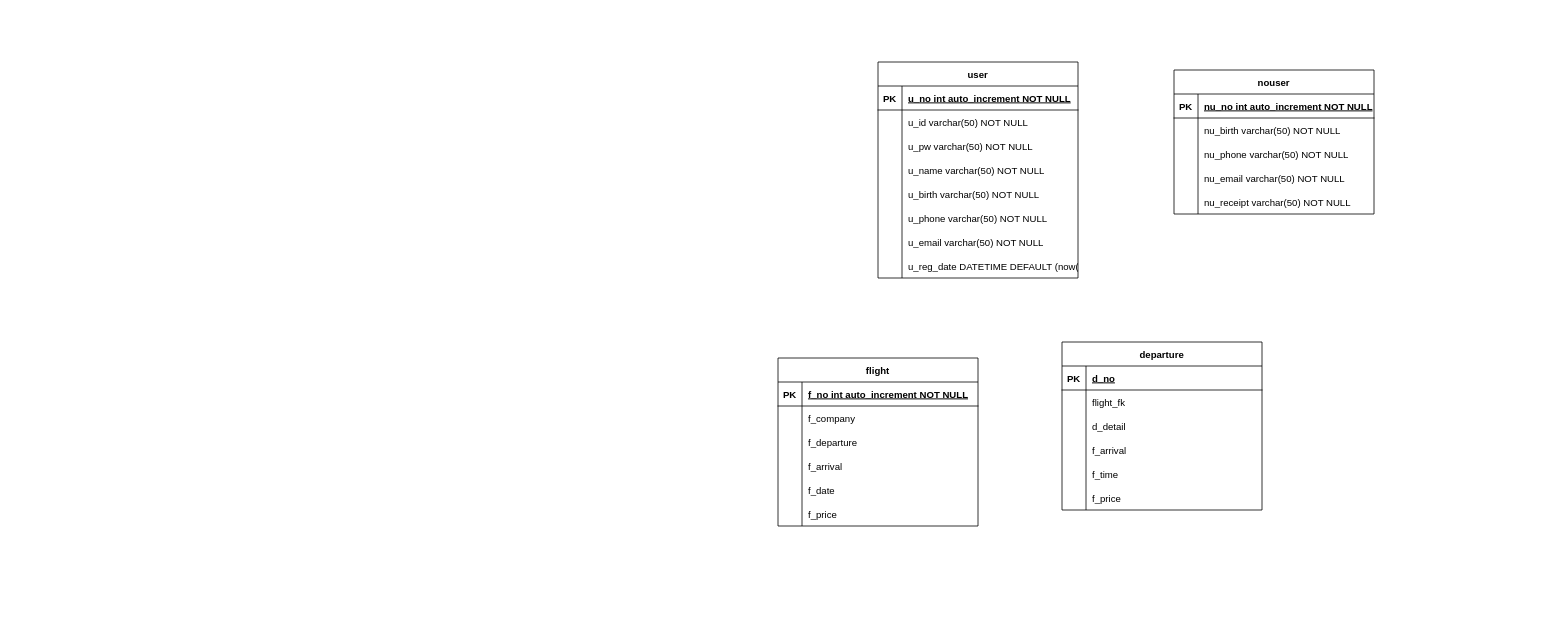
Above: 여행사데이터.drawio in pjw0808/portfolio (draw.io), before the change. Source tidied: cells renumbered, new cells numbered last; positions are measured from the earlier drawing's top-left corner, leaving out a move shared by most shapes. Both pictures are drawn from the tidied source at 80%, with x=0, y=0 at pixel (778, 62).
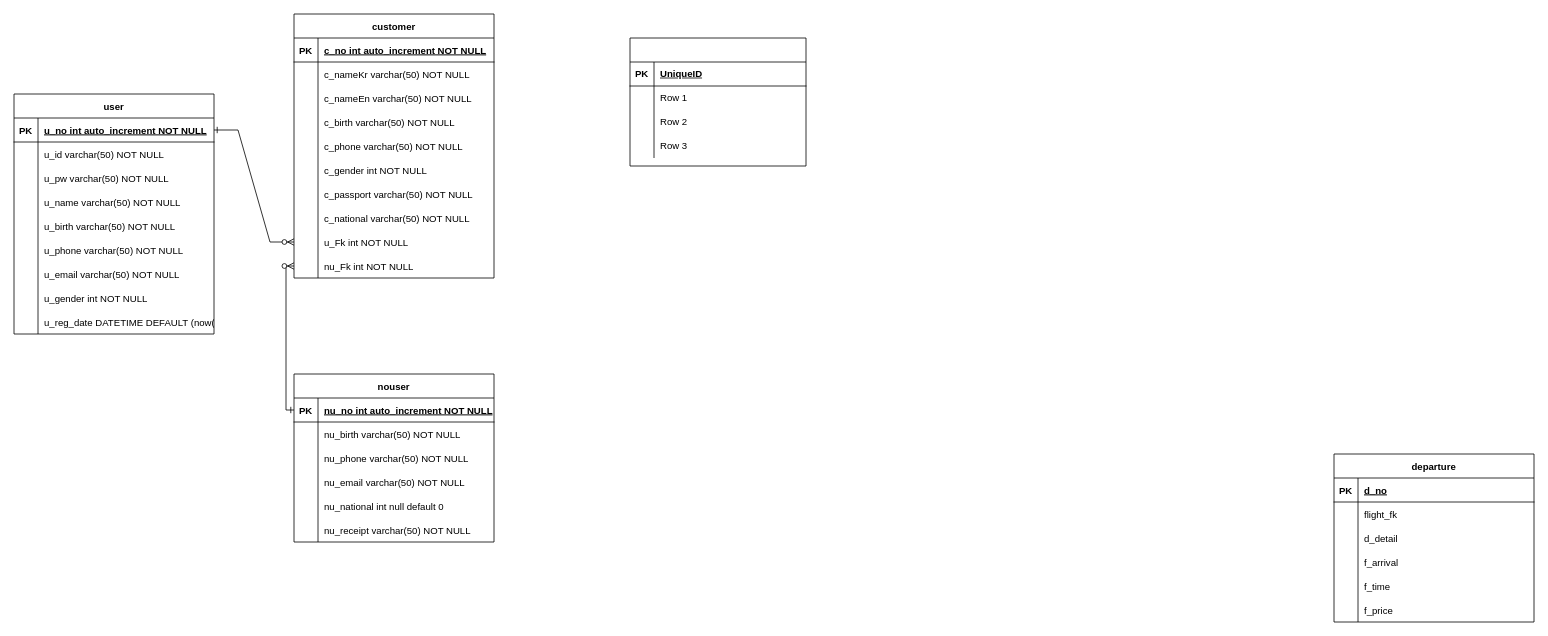
The same page after the edit.

Commit message:
여행사데이터.drawio 업데이트

Unchanged cells that the change refers to:
```xml
<mxCell id="3" style="shape=partialRectangle;fillColor=none;top=0;left=0;right=0;bottom=1;" parent="2" vertex="1">
  <mxGeometry y="30" width="250" height="30" as="geometry" />
</mxCell>
<mxCell id="6" style="shape=partialRectangle;fillColor=none;top=0;left=0;right=0;bottom=0;" parent="2" vertex="1">
  <mxGeometry y="60" width="250" height="30" as="geometry" />
</mxCell>
<mxCell id="9" style="shape=partialRectangle;fillColor=none;top=0;left=0;right=0;bottom=0;" parent="2" vertex="1">
  <mxGeometry y="90" width="250" height="30" as="geometry" />
</mxCell>
<mxCell id="12" style="shape=partialRectangle;fillColor=none;top=0;left=0;right=0;bottom=0;" parent="2" vertex="1">
  <mxGeometry y="120" width="250" height="30" as="geometry" />
</mxCell>
<mxCell id="15" style="shape=partialRectangle;fillColor=none;top=0;left=0;right=0;bottom=0;" parent="2" vertex="1">
  <mxGeometry y="150" width="250" height="30" as="geometry" />
</mxCell>
<mxCell id="18" style="shape=partialRectangle;fillColor=none;top=0;left=0;right=0;bottom=0;" parent="2" vertex="1">
  <mxGeometry y="180" width="250" height="30" as="geometry" />
</mxCell>
<mxCell id="22" style="shape=partialRectangle;fillColor=none;points=[[0,0.5],[1,0.5]];portConstraint=eastwest;top=0;left=0;right=0;bottom=1;" parent="21" vertex="1">
  <mxGeometry y="30" width="250" height="30" as="geometry" />
</mxCell>
<mxCell id="38" style="shape=partialRectangle;fillColor=none;points=[[0,0.5],[1,0.5]];portConstraint=eastwest;top=0;left=0;right=0;bottom=1;" parent="37" vertex="1">
  <mxGeometry y="30" width="250" height="30" as="geometry" />
</mxCell>
```

The edit, as a diff of the source:
```diff
@@
-    <mxCell id="2" value="flight" style="shape=table;startSize=30;childLayout=tableLayout;rowLines=0;fontStyle=1;align=center;" parent="1" vertex="1">
-      <mxGeometry y="370" width="250" height="210" as="geometry" />
+    <mxCell id="2" value="customer" style="shape=table;startSize=30;childLayout=tableLayout;rowLines=0;fontStyle=1;align=center;" parent="1" vertex="1">
+      <mxGeometry x="-605" y="-60" width="250" height="330" as="geometry" />
     </mxCell>
@@
-    <mxCell id="5" value="f_no int auto_increment NOT NULL" style="shape=partialRectangle;overflow=hidden;fillColor=none;top=0;left=0;bottom=0;right=0;align=left;spacingLeft=6;fontStyle=5;" parent="3" vertex="1">
+    <mxCell id="5" value="c_no int auto_increment NOT NULL" style="shape=partialRectangle;overflow=hidden;fillColor=none;top=0;left=0;bottom=0;right=0;align=left;spacingLeft=6;fontStyle=5;" parent="3" vertex="1">
       <mxGeometry x="30" width="220" height="30" as="geometry" />
     </mxCell>
@@
-    <mxCell id="8" value="f_company" style="shape=partialRectangle;overflow=hidden;fillColor=none;top=0;left=0;bottom=0;right=0;align=left;spacingLeft=6;" parent="6" vertex="1">
+    <mxCell id="8" value="c_nameKr varchar(50) NOT NULL" style="shape=partialRectangle;overflow=hidden;fillColor=none;top=0;left=0;bottom=0;right=0;align=left;spacingLeft=6;" parent="6" vertex="1">
       <mxGeometry x="30" width="220" height="30" as="geometry" />
     </mxCell>
@@
-    <mxCell id="11" value="f_departure" style="shape=partialRectangle;overflow=hidden;fillColor=none;top=0;left=0;bottom=0;right=0;align=left;spacingLeft=6;" parent="9" vertex="1">
+    <mxCell id="11" value="c_nameEn varchar(50) NOT NULL" style="shape=partialRectangle;overflow=hidden;fillColor=none;top=0;left=0;bottom=0;right=0;align=left;spacingLeft=6;" parent="9" vertex="1">
       <mxGeometry x="30" width="220" height="30" as="geometry" />
     </mxCell>
@@
-    <mxCell id="14" value="f_arrival" style="shape=partialRectangle;overflow=hidden;fillColor=none;top=0;left=0;bottom=0;right=0;align=left;spacingLeft=6;" parent="12" vertex="1">
+    <mxCell id="14" value="c_birth varchar(50) NOT NULL" style="shape=partialRectangle;overflow=hidden;fillColor=none;top=0;left=0;bottom=0;right=0;align=left;spacingLeft=6;" parent="12" vertex="1">
       <mxGeometry x="30" width="220" height="30" as="geometry" />
     </mxCell>
@@
-    <mxCell id="17" value="f_date" style="shape=partialRectangle;overflow=hidden;fillColor=none;top=0;left=0;bottom=0;right=0;align=left;spacingLeft=6;" parent="15" vertex="1">
+    <mxCell id="17" value="c_phone varchar(50) NOT NULL" style="shape=partialRectangle;overflow=hidden;fillColor=none;top=0;left=0;bottom=0;right=0;align=left;spacingLeft=6;" parent="15" vertex="1">
       <mxGeometry x="30" width="220" height="30" as="geometry" />
     </mxCell>
@@
-    <mxCell id="20" value="f_price" style="shape=partialRectangle;overflow=hidden;fillColor=none;top=0;left=0;bottom=0;right=0;align=left;spacingLeft=6;" parent="18" vertex="1">
+    <mxCell id="20" value="c_gender int NOT NULL" style="shape=partialRectangle;overflow=hidden;fillColor=none;top=0;left=0;bottom=0;right=0;align=left;spacingLeft=6;" parent="18" vertex="1">
       <mxGeometry x="30" width="220" height="30" as="geometry" />
     </mxCell>
+    <mxCell id="81" style="shape=partialRectangle;fillColor=none;top=0;left=0;right=0;bottom=0;" parent="2" vertex="1">
+      <mxGeometry y="210" width="250" height="30" as="geometry" />
+    </mxCell>
+    <mxCell id="82" style="shape=partialRectangle;overflow=hidden;fillColor=none;top=0;left=0;bottom=0;right=0;" parent="81" vertex="1">
+      <mxGeometry width="30" height="30" as="geometry" />
+    </mxCell>
+    <mxCell id="83" value="c_passport varchar(50) NOT NULL" style="shape=partialRectangle;overflow=hidden;fillColor=none;top=0;left=0;bottom=0;right=0;align=left;spacingLeft=6;" parent="81" vertex="1">
+      <mxGeometry x="30" width="220" height="30" as="geometry" />
+    </mxCell>
+    <mxCell id="84" style="shape=partialRectangle;fillColor=none;top=0;left=0;right=0;bottom=0;" parent="2" vertex="1">
+      <mxGeometry y="240" width="250" height="30" as="geometry" />
+    </mxCell>
+    <mxCell id="85" style="shape=partialRectangle;overflow=hidden;fillColor=none;top=0;left=0;bottom=0;right=0;" parent="84" vertex="1">
+      <mxGeometry width="30" height="30" as="geometry" />
+    </mxCell>
+    <mxCell id="86" value="c_national varchar(50) NOT NULL" style="shape=partialRectangle;overflow=hidden;fillColor=none;top=0;left=0;bottom=0;right=0;align=left;spacingLeft=6;" parent="84" vertex="1">
+      <mxGeometry x="30" width="220" height="30" as="geometry" />
+    </mxCell>
+    <mxCell id="87" style="shape=partialRectangle;fillColor=none;points=[[0,0.5],[1,0.5]];portConstraint=eastwest;top=0;left=0;right=0;bottom=0;" parent="2" vertex="1">
+      <mxGeometry y="270" width="250" height="30" as="geometry" />
+    </mxCell>
+    <mxCell id="88" style="shape=partialRectangle;overflow=hidden;fillColor=none;top=0;left=0;bottom=0;right=0;" parent="87" vertex="1">
+      <mxGeometry width="30" height="30" as="geometry" />
+    </mxCell>
+    <mxCell id="89" value="u_Fk int NOT NULL" style="shape=partialRectangle;overflow=hidden;fillColor=none;top=0;left=0;bottom=0;right=0;align=left;spacingLeft=6;" parent="87" vertex="1">
+      <mxGeometry x="30" width="220" height="30" as="geometry" />
+    </mxCell>
+    <mxCell id="90" style="shape=partialRectangle;fillColor=none;points=[[0,0.5],[1,0.5]];portConstraint=eastwest;top=0;left=0;right=0;bottom=0;" parent="2" vertex="1">
+      <mxGeometry y="300" width="250" height="30" as="geometry" />
+    </mxCell>
+    <mxCell id="91" style="shape=partialRectangle;overflow=hidden;fillColor=none;top=0;left=0;bottom=0;right=0;" parent="90" vertex="1">
+      <mxGeometry width="30" height="30" as="geometry" />
+    </mxCell>
+    <mxCell id="92" value="nu_Fk int NOT NULL" style="shape=partialRectangle;overflow=hidden;fillColor=none;top=0;left=0;bottom=0;right=0;align=left;spacingLeft=6;" parent="90" vertex="1">
+      <mxGeometry x="30" width="220" height="30" as="geometry" />
+    </mxCell>
     <mxCell id="21" value="nouser" style="shape=table;startSize=30;childLayout=tableLayout;rowLines=0;fontStyle=1;align=center;" parent="1" vertex="1">
-      <mxGeometry x="495" y="10" width="250" height="180" as="geometry" />
+      <mxGeometry x="-605" y="390" width="250" height="210" as="geometry" />
     </mxCell>
@@
+    <mxCell id="93" style="shape=partialRectangle;fillColor=none;top=0;left=0;right=0;bottom=0;" parent="21" vertex="1">
+      <mxGeometry y="150" width="250" height="30" as="geometry" />
+    </mxCell>
+    <mxCell id="94" style="shape=partialRectangle;overflow=hidden;fillColor=none;top=0;left=0;bottom=0;right=0;" parent="93" vertex="1">
+      <mxGeometry width="30" height="30" as="geometry" />
+    </mxCell>
+    <mxCell id="95" value="nu_national int null default 0" style="shape=partialRectangle;overflow=hidden;fillColor=none;top=0;left=0;bottom=0;right=0;align=left;spacingLeft=6;" parent="93" vertex="1">
+      <mxGeometry x="30" width="220" height="30" as="geometry" />
+    </mxCell>
     <mxCell id="34" style="shape=partialRectangle;fillColor=none;top=0;left=0;right=0;bottom=0;" parent="21" vertex="1">
-      <mxGeometry y="150" width="250" height="30" as="geometry" />
+      <mxGeometry y="180" width="250" height="30" as="geometry" />
     </mxCell>
@@
     <mxCell id="37" value="user" style="shape=table;startSize=30;childLayout=tableLayout;rowLines=0;fontStyle=1;align=center;" parent="1" vertex="1">
-      <mxGeometry x="125" width="250" height="270" as="geometry" />
+      <mxGeometry x="-955" y="40" width="250" height="300" as="geometry" />
     </mxCell>
@@
+    <mxCell id="96" style="shape=partialRectangle;fillColor=none;top=0;left=0;right=0;bottom=0;" parent="37" vertex="1">
+      <mxGeometry y="240" width="250" height="30" as="geometry" />
+    </mxCell>
+    <mxCell id="97" style="shape=partialRectangle;overflow=hidden;fillColor=none;top=0;left=0;bottom=0;right=0;" parent="96" vertex="1">
+      <mxGeometry width="30" height="30" as="geometry" />
+    </mxCell>
+    <mxCell id="98" value="u_gender int NOT NULL" style="shape=partialRectangle;overflow=hidden;fillColor=none;top=0;left=0;bottom=0;right=0;align=left;spacingLeft=6;" parent="96" vertex="1">
+      <mxGeometry x="30" width="220" height="30" as="geometry" />
+    </mxCell>
     <mxCell id="59" style="shape=partialRectangle;fillColor=none;top=0;left=0;right=0;bottom=0;" parent="37" vertex="1">
-      <mxGeometry y="240" width="250" height="30" as="geometry" />
+      <mxGeometry y="270" width="250" height="30" as="geometry" />
     </mxCell>
@@
     <mxCell id="62" value="departure" style="shape=table;startSize=30;childLayout=tableLayout;rowLines=0;fontStyle=1;align=center;" parent="1" vertex="1">
-      <mxGeometry x="355" y="350" width="250" height="210" as="geometry" />
+      <mxGeometry x="695" y="490" width="250" height="210" as="geometry" />
     </mxCell>
@@
+    <mxCell id="99" style="rounded=0;jettySize=auto;html=1;exitX=0;exitY=0.5;exitDx=0;exitDy=0;entryX=0;entryY=0.5;entryDx=0;entryDy=0;strokeColor=none;edgeStyle=orthogonalEdgeStyle;" parent="1" edge="1" source="22" target="90">
+      <mxGeometry relative="1" as="geometry" />
+    </mxCell>
+    <mxCell id="100" style="edgeStyle=orthogonalEdgeStyle;fontSize=12;html=1;endArrow=ERzeroToMany;startArrow=ERone;rounded=0;entryX=0;entryY=0.5;entryDx=0;entryDy=0;exitX=0;exitY=0.5;exitDx=0;exitDy=0;startFill=0;" parent="1" edge="1" source="22" target="90">
+      <mxGeometry relative="1" as="geometry" />
+    </mxCell>
+    <mxCell id="101" style="edgeStyle=entityRelationEdgeStyle;fontSize=12;html=1;endArrow=ERzeroToMany;startArrow=ERone;rounded=0;entryX=0;entryY=0.5;entryDx=0;entryDy=0;exitX=1;exitY=0.5;exitDx=0;exitDy=0;startFill=0;" parent="1" edge="1" source="38" target="87">
+      <mxGeometry relative="1" as="geometry" />
+    </mxCell>
+    <mxCell id="102" style="shape=table;startSize=30;childLayout=tableLayout;rowLines=0;fontStyle=1;align=center;html=1;" parent="1" vertex="1">
+      <mxGeometry x="-185" y="-30" width="220" height="160" as="geometry" />
+    </mxCell>
+    <mxCell id="103" style="shape=tableRow;horizontal=0;startSize=0;swimlaneHead=0;swimlaneBody=0;fillColor=none;top=0;left=0;right=0;bottom=1;" parent="102" vertex="1">
+      <mxGeometry y="30" width="220" height="30" as="geometry" />
+    </mxCell>
+    <mxCell id="104" value="PK" style="shape=partialRectangle;fillColor=none;top=0;left=0;bottom=0;right=0;fontStyle=1;overflow=hidden;whiteSpace=wrap;html=1;" parent="103" vertex="1">
+      <mxGeometry width="30" height="30" as="geometry" />
+    </mxCell>
+    <mxCell id="105" value="UniqueID" style="shape=partialRectangle;fillColor=none;top=0;left=0;bottom=0;right=0;align=left;spacingLeft=6;fontStyle=5;overflow=hidden;whiteSpace=wrap;html=1;" parent="103" vertex="1">
+      <mxGeometry x="30" width="190" height="30" as="geometry" />
+    </mxCell>
+    <mxCell id="106" style="shape=tableRow;horizontal=0;startSize=0;swimlaneHead=0;swimlaneBody=0;fillColor=none;top=0;left=0;right=0;bottom=0;" parent="102" vertex="1">
+      <mxGeometry y="60" width="220" height="30" as="geometry" />
+    </mxCell>
+    <mxCell id="107" style="shape=partialRectangle;fillColor=none;top=0;left=0;bottom=0;right=0;overflow=hidden;whiteSpace=wrap;html=1;" parent="106" vertex="1">
+      <mxGeometry width="30" height="30" as="geometry" />
+    </mxCell>
+    <mxCell id="108" value="Row 1" style="shape=partialRectangle;fillColor=none;top=0;left=0;bottom=0;right=0;align=left;spacingLeft=6;overflow=hidden;whiteSpace=wrap;html=1;" parent="106" vertex="1">
+      <mxGeometry x="30" width="190" height="30" as="geometry" />
+    </mxCell>
+    <mxCell id="109" style="shape=tableRow;horizontal=0;startSize=0;swimlaneHead=0;swimlaneBody=0;fillColor=none;top=0;left=0;right=0;bottom=0;" parent="102" vertex="1">
+      <mxGeometry y="90" width="220" height="30" as="geometry" />
+    </mxCell>
+    <mxCell id="110" style="shape=partialRectangle;fillColor=none;top=0;left=0;bottom=0;right=0;overflow=hidden;whiteSpace=wrap;html=1;" parent="109" vertex="1">
+      <mxGeometry width="30" height="30" as="geometry" />
+    </mxCell>
+    <mxCell id="111" value="Row 2" style="shape=partialRectangle;fillColor=none;top=0;left=0;bottom=0;right=0;align=left;spacingLeft=6;overflow=hidden;whiteSpace=wrap;html=1;" parent="109" vertex="1">
+      <mxGeometry x="30" width="190" height="30" as="geometry" />
+    </mxCell>
+    <mxCell id="112" style="shape=tableRow;horizontal=0;startSize=0;swimlaneHead=0;swimlaneBody=0;fillColor=none;top=0;left=0;right=0;bottom=0;" parent="102" vertex="1">
+      <mxGeometry y="120" width="220" height="30" as="geometry" />
+    </mxCell>
+    <mxCell id="113" style="shape=partialRectangle;fillColor=none;top=0;left=0;bottom=0;right=0;overflow=hidden;whiteSpace=wrap;html=1;" parent="112" vertex="1">
+      <mxGeometry width="30" height="30" as="geometry" />
+    </mxCell>
+    <mxCell id="114" value="Row 3" style="shape=partialRectangle;fillColor=none;top=0;left=0;bottom=0;right=0;align=left;spacingLeft=6;overflow=hidden;whiteSpace=wrap;html=1;" parent="112" vertex="1">
+      <mxGeometry x="30" width="190" height="30" as="geometry" />
+    </mxCell>
```
